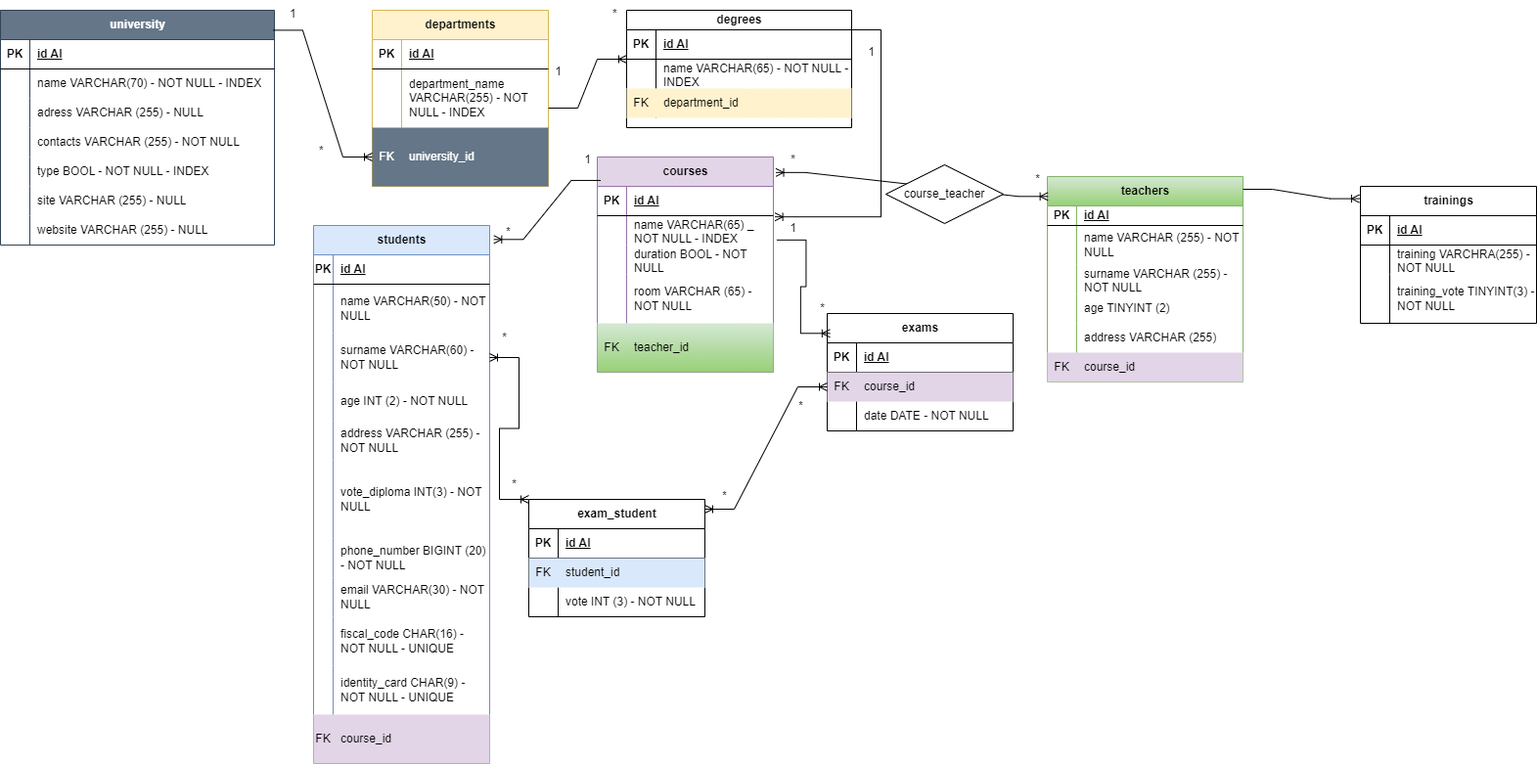
Earlier version of the draw.io export db-university.drawio.png (chiara1911/db-university). Source tidied: cells renumbered, new cells last; positions are measured from the earlier drawing's top-left corner, leaving out a move shared by most shapes.
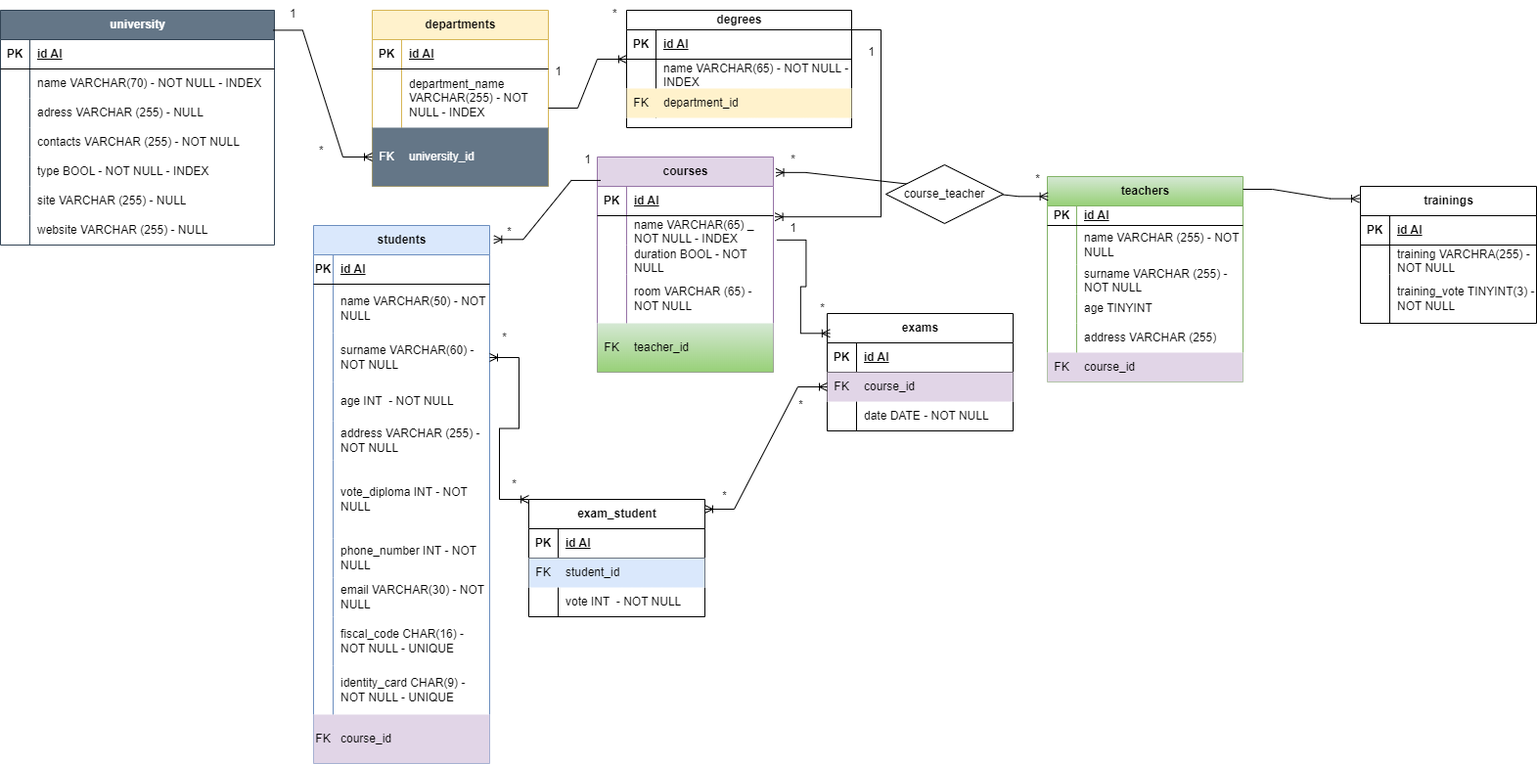
The same file after the commit.

Change to the diagram source:
```diff
@@ -221,7 +221,7 @@
     <mxCell id="74" style="shape=partialRectangle;fillColor=none;top=0;left=0;bottom=0;right=0;overflow=hidden;whiteSpace=wrap;html=1;" parent="73" vertex="1">
       <mxGeometry width="30" height="30" as="geometry" />
     </mxCell>
-    <mxCell id="75" value="age TINYINT (2)" style="shape=partialRectangle;fillColor=none;top=0;left=0;bottom=0;right=0;align=left;spacingLeft=6;overflow=hidden;whiteSpace=wrap;html=1;" parent="73" vertex="1">
+    <mxCell id="75" value="age TINYINT&amp;nbsp;" style="shape=partialRectangle;fillColor=none;top=0;left=0;bottom=0;right=0;align=left;spacingLeft=6;overflow=hidden;whiteSpace=wrap;html=1;" parent="73" vertex="1">
       <mxGeometry x="30" width="170" height="30" as="geometry" />
     </mxCell>
     <mxCell id="76" style="shape=tableRow;horizontal=0;startSize=0;swimlaneHead=0;swimlaneBody=0;fillColor=none;top=0;left=0;right=0;bottom=0;" parent="63" vertex="1">
@@ -290,7 +290,7 @@
     <mxCell id="97" style="shape=partialRectangle;fillColor=none;top=0;left=0;bottom=0;right=0;overflow=hidden;whiteSpace=wrap;html=1;" parent="96" vertex="1">
       <mxGeometry width="20" height="50" as="geometry" />
     </mxCell>
-    <mxCell id="98" value="name VARCHAR(50) - NOT NULL" style="shape=partialRectangle;fillColor=none;top=0;left=0;bottom=0;right=0;align=left;spacingLeft=6;overflow=hidden;whiteSpace=wrap;html=1;" parent="96" vertex="1">
+    <mxCell id="98" value="name VARCHAR(50) - NOT NULL&amp;nbsp;" style="shape=partialRectangle;fillColor=none;top=0;left=0;bottom=0;right=0;align=left;spacingLeft=6;overflow=hidden;whiteSpace=wrap;html=1;" parent="96" vertex="1">
       <mxGeometry x="20" width="160" height="50" as="geometry" />
     </mxCell>
     <mxCell id="99" style="shape=tableRow;horizontal=0;startSize=0;swimlaneHead=0;swimlaneBody=0;fillColor=none;points=[[0,0.5],[1,0.5]];portConstraint=eastwest;top=0;left=0;right=0;bottom=0;" parent="92" vertex="1">
@@ -308,7 +308,7 @@
     <mxCell id="103" style="shape=partialRectangle;fillColor=none;top=0;left=0;bottom=0;right=0;overflow=hidden;whiteSpace=wrap;html=1;" parent="102" vertex="1">
       <mxGeometry width="20" height="40" as="geometry" />
     </mxCell>
-    <mxCell id="104" value="age INT (2) - NOT NULL" style="shape=partialRectangle;fillColor=none;top=0;left=0;bottom=0;right=0;align=left;spacingLeft=6;overflow=hidden;whiteSpace=wrap;html=1;" parent="102" vertex="1">
+    <mxCell id="104" value="age INT&amp;nbsp; - NOT NULL" style="shape=partialRectangle;fillColor=none;top=0;left=0;bottom=0;right=0;align=left;spacingLeft=6;overflow=hidden;whiteSpace=wrap;html=1;" parent="102" vertex="1">
       <mxGeometry x="20" width="160" height="40" as="geometry" />
     </mxCell>
     <mxCell id="105" style="shape=tableRow;horizontal=0;startSize=0;swimlaneHead=0;swimlaneBody=0;fillColor=none;top=0;left=0;right=0;bottom=0;" parent="92" vertex="1">
@@ -326,7 +326,7 @@
     <mxCell id="109" style="shape=partialRectangle;fillColor=none;top=0;left=0;bottom=0;right=0;overflow=hidden;whiteSpace=wrap;html=1;" parent="108" vertex="1">
       <mxGeometry width="20" height="80" as="geometry" />
     </mxCell>
-    <mxCell id="110" value="vote_diploma INT(3) - NOT NULL" style="shape=partialRectangle;fillColor=none;top=0;left=0;bottom=0;right=0;align=left;spacingLeft=6;overflow=hidden;whiteSpace=wrap;html=1;" parent="108" vertex="1">
+    <mxCell id="110" value="vote_diploma INT - NOT NULL" style="shape=partialRectangle;fillColor=none;top=0;left=0;bottom=0;right=0;align=left;spacingLeft=6;overflow=hidden;whiteSpace=wrap;html=1;" parent="108" vertex="1">
       <mxGeometry x="20" width="160" height="80" as="geometry" />
     </mxCell>
     <mxCell id="111" style="shape=tableRow;horizontal=0;startSize=0;swimlaneHead=0;swimlaneBody=0;fillColor=none;top=0;left=0;right=0;bottom=0;" parent="92" vertex="1">
@@ -335,7 +335,7 @@
     <mxCell id="112" style="shape=partialRectangle;fillColor=none;top=0;left=0;bottom=0;right=0;overflow=hidden;whiteSpace=wrap;html=1;" parent="111" vertex="1">
       <mxGeometry width="20" height="40" as="geometry" />
     </mxCell>
-    <mxCell id="113" value="phone_number BIGINT (20) - NOT NULL" style="shape=partialRectangle;fillColor=none;top=0;left=0;bottom=0;right=0;align=left;spacingLeft=6;overflow=hidden;whiteSpace=wrap;html=1;" parent="111" vertex="1">
+    <mxCell id="113" value="phone_number INT - NOT NULL" style="shape=partialRectangle;fillColor=none;top=0;left=0;bottom=0;right=0;align=left;spacingLeft=6;overflow=hidden;whiteSpace=wrap;html=1;" parent="111" vertex="1">
       <mxGeometry x="20" width="160" height="40" as="geometry" />
     </mxCell>
     <mxCell id="114" style="shape=tableRow;horizontal=0;startSize=0;swimlaneHead=0;swimlaneBody=0;fillColor=none;top=0;left=0;right=0;bottom=0;" parent="92" vertex="1">
@@ -511,7 +511,7 @@
     <mxCell id="161" style="shape=partialRectangle;fillColor=none;top=0;left=0;bottom=0;right=0;overflow=hidden;whiteSpace=wrap;html=1;" parent="160" vertex="1">
       <mxGeometry width="30" height="30" as="geometry" />
     </mxCell>
-    <mxCell id="162" value="vote INT (3) - NOT NULL" style="shape=partialRectangle;fillColor=none;top=0;left=0;bottom=0;right=0;align=left;spacingLeft=6;overflow=hidden;whiteSpace=wrap;html=1;" parent="160" vertex="1">
+    <mxCell id="162" value="vote INT&amp;nbsp; - NOT NULL" style="shape=partialRectangle;fillColor=none;top=0;left=0;bottom=0;right=0;align=left;spacingLeft=6;overflow=hidden;whiteSpace=wrap;html=1;" parent="160" vertex="1">
       <mxGeometry x="30" width="150" height="30" as="geometry" />
     </mxCell>
     <mxCell id="163" style="edgeStyle=entityRelationEdgeStyle;fontSize=12;html=1;endArrow=ERoneToMany;startArrow=ERoneToMany;rounded=0;exitX=1.014;exitY=0.072;exitDx=0;exitDy=0;exitPerimeter=0;entryX=0.855;entryY=1.077;entryDx=0;entryDy=0;entryPerimeter=0;" parent="1" edge="1" source="47" target="149">
```
